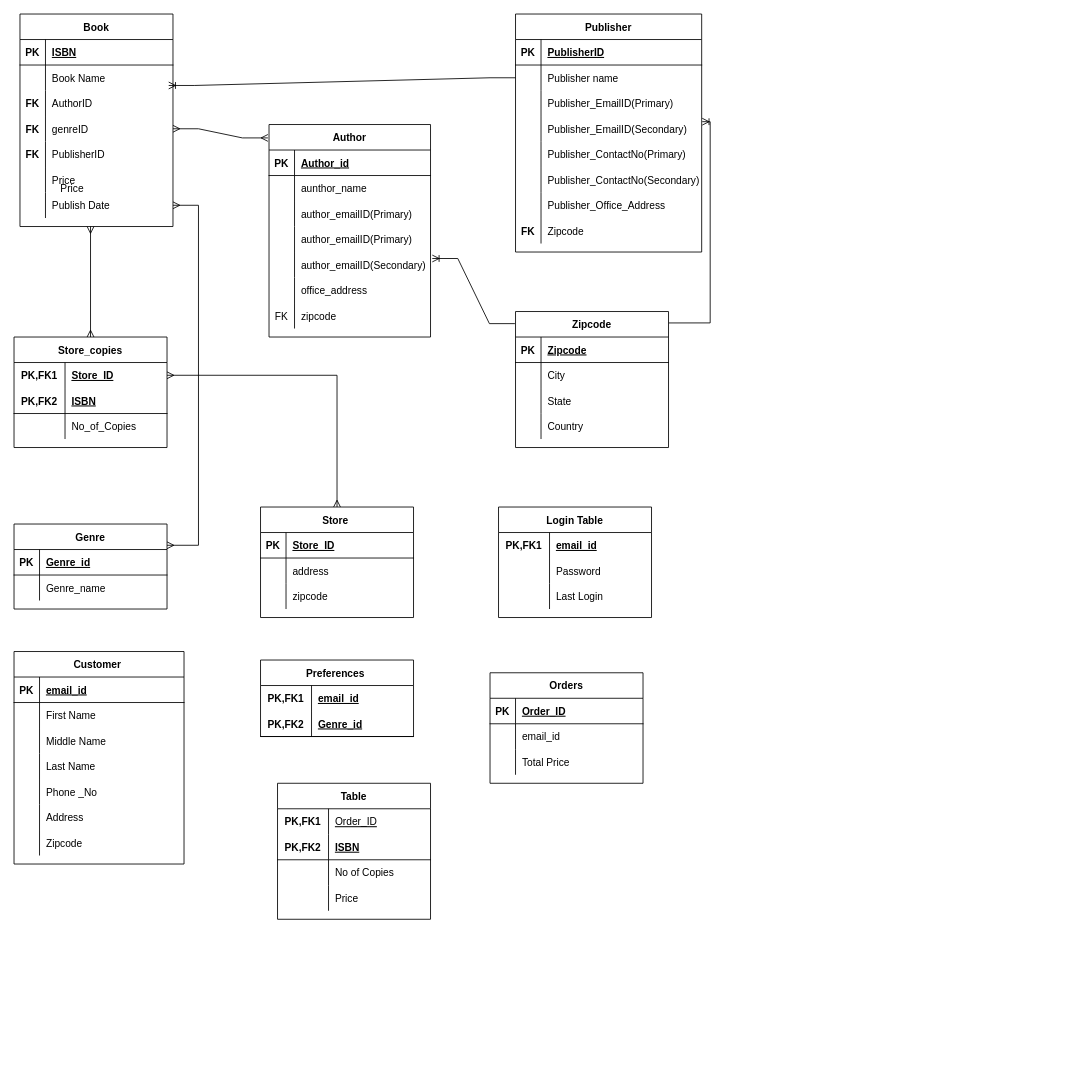
Above: Untitled Diagram.drawio in NikhilK-crypto/DBMS (draw.io), before the change. Source tidied: cells renumbered, new cells numbered last; positions are measured from the earlier drawing's top-left corner, leaving out a move shared by most shapes. Both pictures are drawn from the tidied source at 85%, with x=0, y=0 at pixel (14, 14).
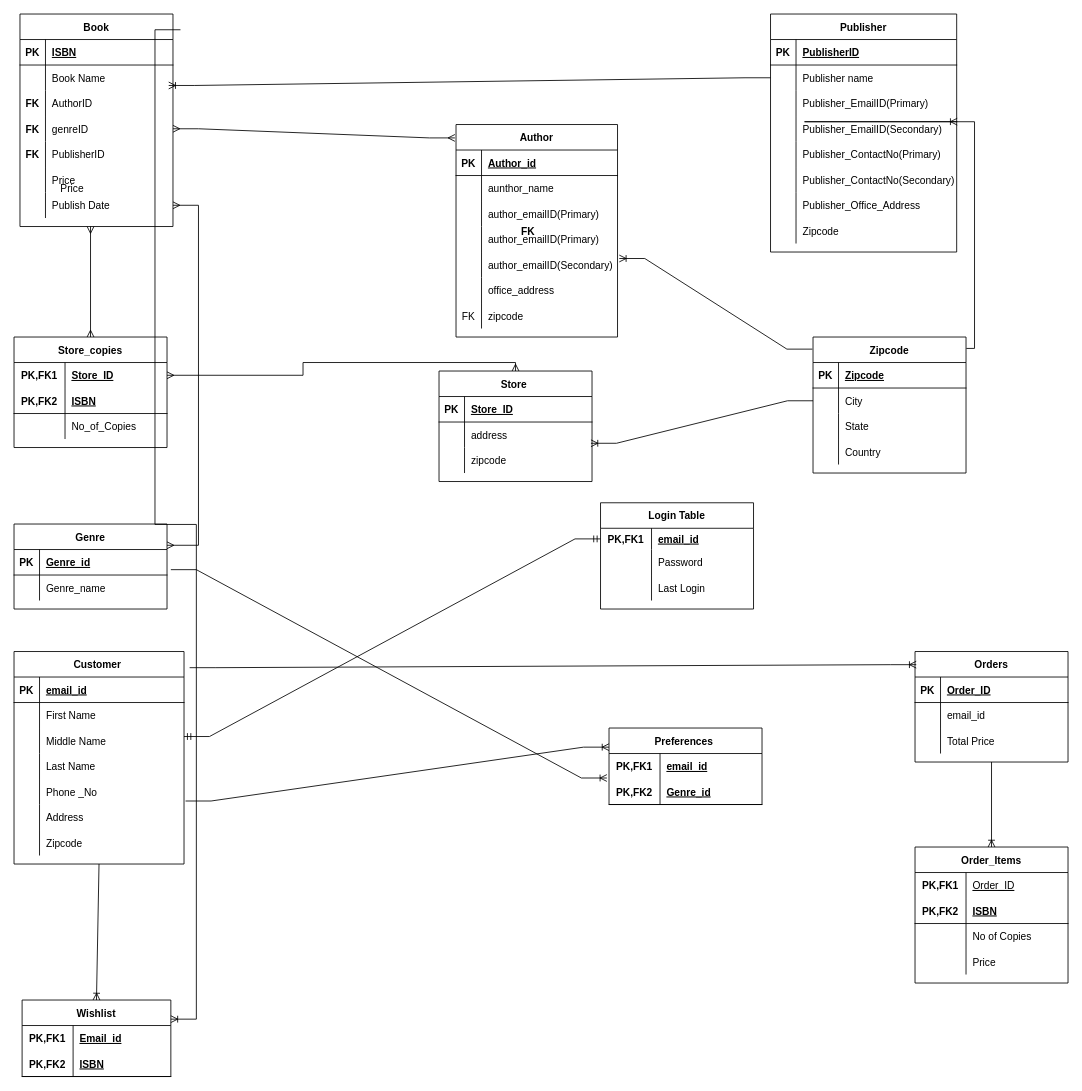
After the change.

The change refers to these unchanged cells:
```xml
<mxCell id="2" value="Book" style="shape=table;startSize=30;childLayout=tableLayout;rowLines=0;fontStyle=1;align=center;" parent="1" vertex="1">
  <mxGeometry x="7" width="180" height="250" as="geometry" />
</mxCell>
<mxCell id="25" style="shape=tableRow;horizontal=0;startSize=0;swimlaneHead=0;swimlaneBody=0;fillColor=none;points=[[0,0.5],[1,0.5]];portConstraint=eastwest;top=0;left=0;right=0;bottom=1;" parent="24" vertex="1">
  <mxGeometry y="30" width="180" height="30" as="geometry" />
</mxCell>
<mxCell id="35" style="shape=tableRow;horizontal=0;startSize=0;swimlaneHead=0;swimlaneBody=0;fillColor=none;points=[[0,0.5],[1,0.5]];portConstraint=eastwest;top=0;left=0;right=0;bottom=0;" parent="31" vertex="1">
  <mxGeometry y="60" width="180" height="30" as="geometry" />
</mxCell>
<mxCell id="106" style="shape=tableRow;horizontal=0;startSize=0;swimlaneHead=0;swimlaneBody=0;fillColor=none;points=[[0,0.5],[1,0.5]];portConstraint=eastwest;top=0;left=0;right=0;bottom=0;" parent="99" vertex="1">
  <mxGeometry y="90" width="180" height="30" as="geometry" />
</mxCell>
<mxCell id="121" value="Customer " style="shape=table;startSize=30;childLayout=tableLayout;rowLines=0;fontStyle=1;align=center;" parent="1" vertex="1">
  <mxGeometry y="750" width="200" height="250" as="geometry" />
</mxCell>
<mxCell id="143" style="shape=tableRow;horizontal=0;startSize=0;swimlaneHead=0;swimlaneBody=0;fillColor=none;points=[[0,0.5],[1,0.5]];portConstraint=eastwest;top=0;left=0;right=0;bottom=0;" parent="1" vertex="1">
  <mxGeometry y="900" width="200" height="30" as="geometry" />
</mxCell>
<mxCell id="162" style="shape=tableRow;horizontal=0;startSize=0;swimlaneHead=0;swimlaneBody=0;fillColor=none;points=[[0,0.5],[1,0.5]];portConstraint=eastwest;top=0;left=0;right=0;bottom=1;" parent="158" vertex="1">
  <mxGeometry y="60" width="180" height="30" as="geometry" />
</mxCell>
```

What changed in the source:
```diff
@@
     <mxCell id="31" value="Zipcode" style="shape=table;startSize=30;childLayout=tableLayout;rowLines=0;fontStyle=1;align=center;" parent="1" vertex="1">
-      <mxGeometry x="590" y="350" width="180" height="160" as="geometry" />
+      <mxGeometry x="940" y="380" width="180" height="160" as="geometry" />
     </mxCell>
@@
     <mxCell id="44" value="Publisher" style="shape=table;startSize=30;childLayout=tableLayout;rowLines=0;fontStyle=1;align=center;" parent="1" vertex="1">
-      <mxGeometry x="590" width="219" height="280" as="geometry" />
+      <mxGeometry x="890" width="219" height="280" as="geometry" />
     </mxCell>
@@
     <mxCell id="71" value="Author" style="shape=table;startSize=30;childLayout=tableLayout;rowLines=0;fontStyle=1;align=center;" parent="1" vertex="1">
-      <mxGeometry x="300" y="130" width="190" height="250" as="geometry" />
+      <mxGeometry x="520" y="130" width="190" height="250" as="geometry" />
     </mxCell>
@@
     <mxCell id="99" value="Store " style="shape=table;startSize=30;childLayout=tableLayout;rowLines=0;fontStyle=1;align=center;" parent="1" vertex="1">
-      <mxGeometry x="290" y="580" width="180" height="130" as="geometry" />
+      <mxGeometry x="500" y="420" width="180" height="130" as="geometry" />
     </mxCell>
@@
     <mxCell id="148" value="Login Table" style="shape=table;startSize=30;childLayout=tableLayout;rowLines=0;fontStyle=1;align=center;" parent="1" vertex="1">
-      <mxGeometry x="570" y="580" width="180" height="130" as="geometry" />
+      <mxGeometry x="690" y="575" width="180" height="125" as="geometry" />
     </mxCell>
     <mxCell id="149" style="shape=tableRow;horizontal=0;startSize=0;swimlaneHead=0;swimlaneBody=0;fillColor=none;points=[[0,0.5],[1,0.5]];portConstraint=eastwest;top=0;left=0;right=0;bottom=0;" parent="148" vertex="1">
-      <mxGeometry y="30" width="180" height="30" as="geometry" />
+      <mxGeometry y="30" width="180" height="25" as="geometry" />
     </mxCell>
     <mxCell id="150" value="PK,FK1" style="shape=partialRectangle;fillColor=none;top=0;left=0;bottom=0;right=0;fontStyle=1;overflow=hidden;" parent="149" vertex="1">
-      <mxGeometry width="60" height="30" as="geometry" />
+      <mxGeometry width="60" height="25" as="geometry" />
     </mxCell>
     <mxCell id="151" value="email_id" style="shape=partialRectangle;fillColor=none;top=0;left=0;bottom=0;right=0;align=left;spacingLeft=6;fontStyle=5;overflow=hidden;" parent="149" vertex="1">
-      <mxGeometry x="60" width="120" height="30" as="geometry" />
+      <mxGeometry x="60" width="120" height="25" as="geometry" />
     </mxCell>
     <mxCell id="152" style="shape=tableRow;horizontal=0;startSize=0;swimlaneHead=0;swimlaneBody=0;fillColor=none;top=0;left=0;right=0;bottom=0;" parent="148" vertex="1">
-      <mxGeometry y="60" width="180" height="30" as="geometry" />
+      <mxGeometry y="55" width="180" height="30" as="geometry" />
     </mxCell>
@@
     <mxCell id="155" style="shape=tableRow;horizontal=0;startSize=0;swimlaneHead=0;swimlaneBody=0;fillColor=none;top=0;left=0;right=0;bottom=0;" parent="148" vertex="1">
-      <mxGeometry y="90" width="180" height="30" as="geometry" />
+      <mxGeometry y="85" width="180" height="30" as="geometry" />
     </mxCell>
@@
     <mxCell id="158" value="Preferences " style="shape=table;startSize=30;childLayout=tableLayout;rowLines=0;fontStyle=1;align=center;" parent="1" vertex="1">
-      <mxGeometry x="290" y="760" width="180" height="90" as="geometry" />
+      <mxGeometry x="700" y="840" width="180" height="90" as="geometry" />
     </mxCell>
@@
     <mxCell id="165" value="Orders" style="shape=table;startSize=30;childLayout=tableLayout;rowLines=0;fontStyle=1;align=center;" parent="1" vertex="1">
-      <mxGeometry x="560" y="775" width="180" height="130" as="geometry" />
+      <mxGeometry x="1060" y="750" width="180" height="130" as="geometry" />
     </mxCell>
@@
-    <mxCell id="175" value="Table" style="shape=table;startSize=30;childLayout=tableLayout;rowLines=0;fontStyle=1;align=center;" parent="1" vertex="1">
-      <mxGeometry x="310" y="905" width="180" height="160" as="geometry" />
+    <mxCell id="175" value="Order_Items" style="shape=table;startSize=30;childLayout=tableLayout;rowLines=0;fontStyle=1;align=center;" parent="1" vertex="1">
+      <mxGeometry x="1060" y="980" width="180" height="160" as="geometry" />
     </mxCell>
@@
+    <mxCell id="188" value="Wishlist" style="shape=table;startSize=30;childLayout=tableLayout;rowLines=0;fontStyle=1;align=center;" parent="1" vertex="1">
+      <mxGeometry x="9.5" y="1160" width="175" height="90" as="geometry" />
+    </mxCell>
+    <mxCell id="189" style="shape=tableRow;horizontal=0;startSize=0;swimlaneHead=0;swimlaneBody=0;fillColor=none;top=0;left=0;right=0;bottom=0;" parent="188" vertex="1">
+      <mxGeometry y="30" width="175" height="30" as="geometry" />
+    </mxCell>
+    <mxCell id="190" value="PK,FK1" style="shape=partialRectangle;fillColor=none;top=0;left=0;bottom=0;right=0;fontStyle=1;overflow=hidden;" parent="189" vertex="1">
+      <mxGeometry width="60" height="30" as="geometry" />
+    </mxCell>
+    <mxCell id="191" value="Email_id" style="shape=partialRectangle;fillColor=none;top=0;left=0;bottom=0;right=0;align=left;spacingLeft=6;fontStyle=5;overflow=hidden;" parent="189" vertex="1">
+      <mxGeometry x="60" width="115" height="30" as="geometry" />
+    </mxCell>
+    <mxCell id="192" style="shape=tableRow;horizontal=0;startSize=0;swimlaneHead=0;swimlaneBody=0;fillColor=none;top=0;left=0;right=0;bottom=1;" parent="188" vertex="1">
+      <mxGeometry y="60" width="175" height="30" as="geometry" />
+    </mxCell>
+    <mxCell id="193" value="PK,FK2" style="shape=partialRectangle;fillColor=none;top=0;left=0;bottom=0;right=0;fontStyle=1;overflow=hidden;" parent="192" vertex="1">
+      <mxGeometry width="60" height="30" as="geometry" />
+    </mxCell>
+    <mxCell id="194" value="ISBN" style="shape=partialRectangle;fillColor=none;top=0;left=0;bottom=0;right=0;align=left;spacingLeft=6;fontStyle=5;overflow=hidden;" parent="192" vertex="1">
+      <mxGeometry x="60" width="115" height="30" as="geometry" />
+    </mxCell>
+    <mxCell id="195" style="edgeStyle=entityRelationEdgeStyle;fontSize=12;html=1;endArrow=ERmandOne;startArrow=ERmandOne;rounded=0;entryX=0;entryY=0.5;entryDx=0;entryDy=0;" parent="1" edge="1" target="149">
+      <mxGeometry relative="1" as="geometry">
+        <mxPoint x="200" y="850" as="sourcePoint" />
+      </mxGeometry>
+    </mxCell>
+    <mxCell id="196" style="edgeStyle=entityRelationEdgeStyle;fontSize=12;html=1;endArrow=ERoneToMany;rounded=0;exitX=0;exitY=0.5;exitDx=0;exitDy=0;entryX=0.993;entryY=-0.167;entryDx=0;entryDy=0;entryPerimeter=0;" parent="1" edge="1" source="35" target="106">
+      <mxGeometry relative="1" as="geometry" />
+    </mxCell>
+    <mxCell id="197" style="edgeStyle=entityRelationEdgeStyle;fontSize=12;html=1;endArrow=ERoneToMany;rounded=0;exitX=1.009;exitY=0.862;exitDx=0;exitDy=0;exitPerimeter=0;entryX=0;entryY=0.25;entryDx=0;entryDy=0;" parent="1" edge="1" source="143" target="158">
+      <mxGeometry relative="1" as="geometry" />
+    </mxCell>
+    <mxCell id="198" style="edgeStyle=entityRelationEdgeStyle;fontSize=12;html=1;endArrow=ERoneToMany;rounded=0;exitX=1.025;exitY=0.79;exitDx=0;exitDy=0;exitPerimeter=0;entryX=-0.014;entryY=-0.04;entryDx=0;entryDy=0;entryPerimeter=0;" parent="1" edge="1" source="25" target="162">
+      <mxGeometry relative="1" as="geometry" />
+    </mxCell>
+    <mxCell id="199" style="edgeStyle=entityRelationEdgeStyle;fontSize=12;html=1;endArrow=ERoneToMany;rounded=0;exitX=1.033;exitY=0.076;exitDx=0;exitDy=0;exitPerimeter=0;entryX=0.008;entryY=0.119;entryDx=0;entryDy=0;entryPerimeter=0;" parent="1" edge="1" source="121" target="165">
+      <mxGeometry relative="1" as="geometry" />
+    </mxCell>
+    <mxCell id="200" style="fontSize=12;html=1;endArrow=ERoneToMany;rounded=0;exitX=0.5;exitY=1;exitDx=0;exitDy=0;entryX=0.5;entryY=0;entryDx=0;entryDy=0;" parent="1" edge="1" source="165" target="175">
+      <mxGeometry relative="1" as="geometry" />
+    </mxCell>
+    <mxCell id="201" style="fontSize=12;html=1;endArrow=ERoneToMany;rounded=0;exitX=0.5;exitY=1;exitDx=0;exitDy=0;entryX=0.5;entryY=0;entryDx=0;entryDy=0;" parent="1" edge="1" source="121" target="188">
+      <mxGeometry relative="1" as="geometry" />
+    </mxCell>
+    <mxCell id="202" style="edgeStyle=entityRelationEdgeStyle;fontSize=12;html=1;endArrow=ERoneToMany;rounded=0;entryX=1;entryY=0.25;entryDx=0;entryDy=0;exitX=1.049;exitY=0.074;exitDx=0;exitDy=0;exitPerimeter=0;" parent="1" edge="1" source="2" target="188">
+      <mxGeometry relative="1" as="geometry" />
+    </mxCell>
```
